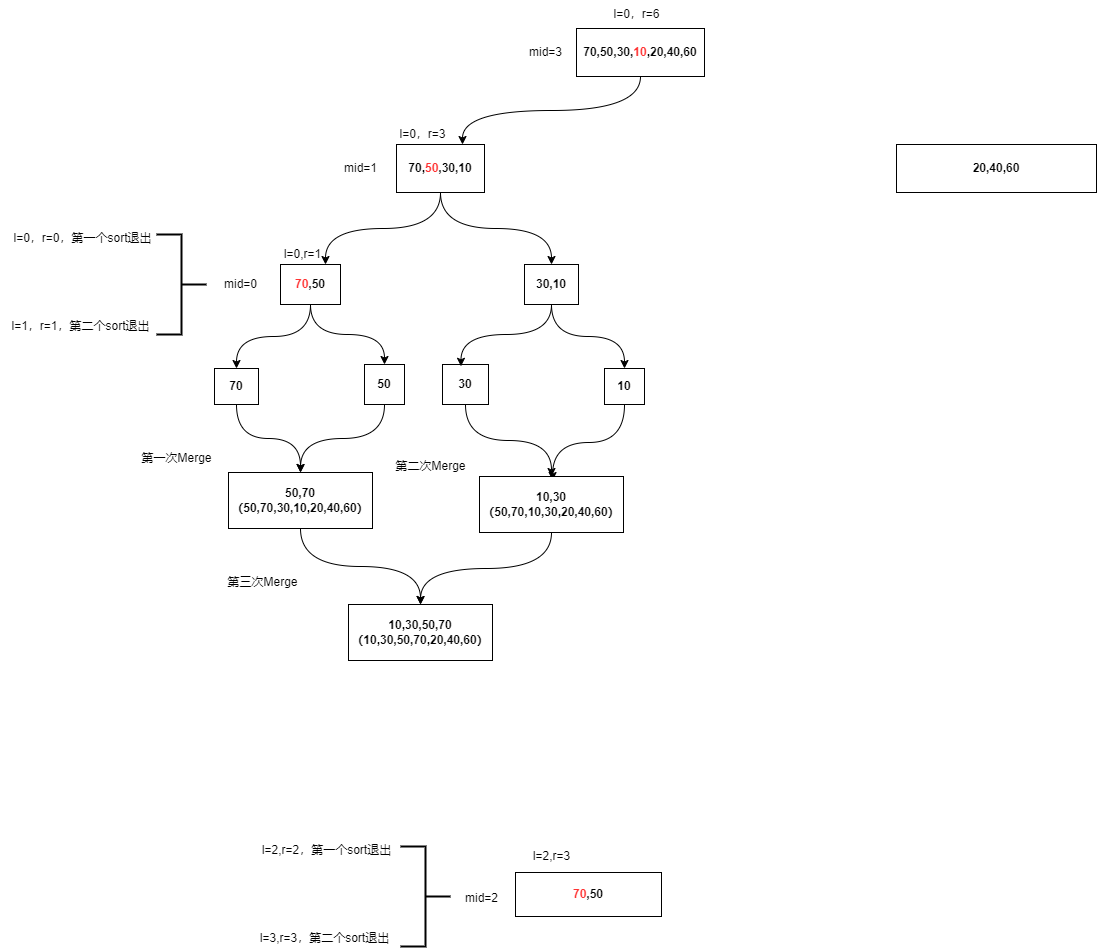
wjb0823/drawio keeps this draw.io diagram as AlgorithmsAndDataStructures/归并算法.drawio.png. Above is the earlier version. Source tidied: cells renumbered, new cells last; positions are measured from the earlier drawing's top-left corner, leaving out a move shared by most shapes.
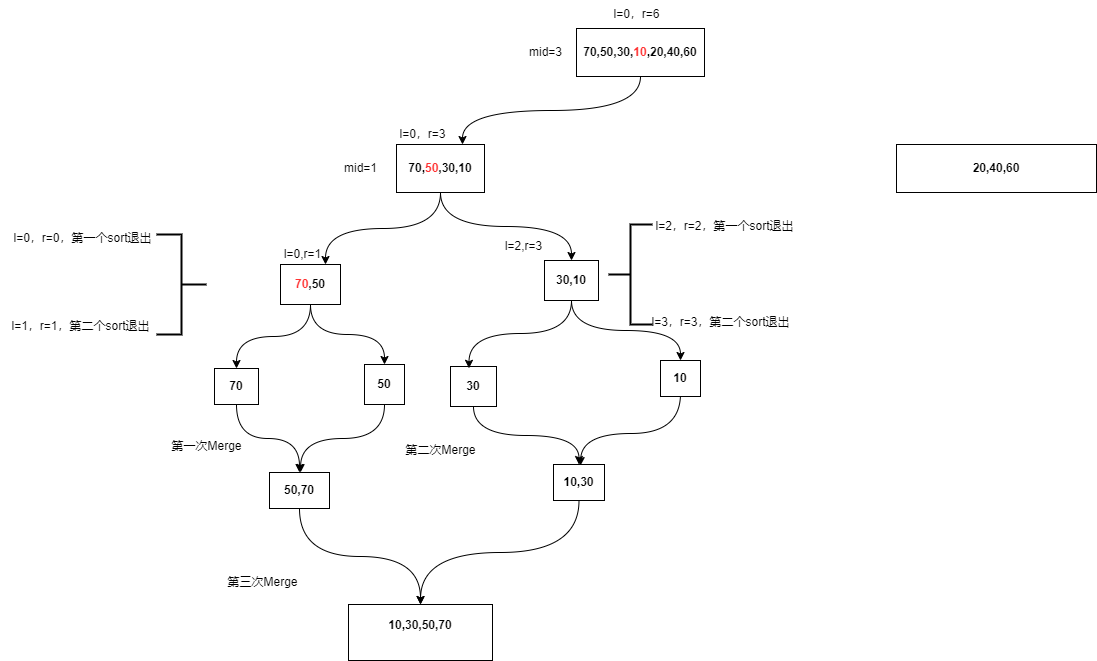
After the change.

Commit message:
更新归并算法.drawio.png

Diff of the diagram source:
```diff
@@ -44,19 +44,13 @@
     <mxCell id="15" value="l=0,r=1" style="text;html=1;align=center;verticalAlign=middle;strokeColor=none;fillColor=none;" parent="1" vertex="1">
       <mxGeometry x="272" y="240" width="60" height="28" as="geometry" />
     </mxCell>
-    <mxCell id="16" value="mid=0" style="text;html=1;align=center;verticalAlign=middle;strokeColor=none;fillColor=none;" parent="1" vertex="1">
-      <mxGeometry x="212" y="270" width="56" height="28" as="geometry" />
-    </mxCell>
-    <mxCell id="17" style="strokeWidth=2;html=1;shape=mxgraph.flowchart.annotation_2;align=left;labelPosition=right;rotation=-180;" parent="1" vertex="1">
-      <mxGeometry x="400" y="846" width="50" height="100" as="geometry" />
-    </mxCell>
-    <mxCell id="18" value="l=2,r=2，第一个sort退出" style="text;html=1;align=center;verticalAlign=middle;strokeColor=none;fillColor=none;" parent="1" vertex="1">
-      <mxGeometry x="250" y="836" width="152" height="28" as="geometry" />
+    <mxCell id="18" value="l=2，r=2，第一个sort退出" style="text;html=1;align=center;verticalAlign=middle;strokeColor=none;fillColor=none;" parent="1" vertex="1">
+      <mxGeometry x="644" y="212" width="160" height="28" as="geometry" />
     </mxCell>
-    <mxCell id="19" value="l=3,r=3，第二个sort退出" style="text;html=1;align=center;verticalAlign=middle;strokeColor=none;fillColor=none;" parent="1" vertex="1">
-      <mxGeometry x="248" y="924" width="152" height="28" as="geometry" />
+    <mxCell id="19" value="l=3，r=3，第二个sort退出" style="text;html=1;align=center;verticalAlign=middle;strokeColor=none;fillColor=none;" parent="1" vertex="1">
+      <mxGeometry x="640" y="308" width="160" height="28" as="geometry" />
     </mxCell>
-    <mxCell id="20" style="edgeStyle=orthogonalEdgeStyle;rounded=0;jettySize=auto;html=1;entryX=0.5;entryY=0;entryDx=0;entryDy=0;curved=1;" parent="1" edge="1" source="21" target="25">
+    <mxCell id="20" style="edgeStyle=orthogonalEdgeStyle;rounded=0;jettySize=auto;html=1;entryX=0.5;entryY=0;entryDx=0;entryDy=0;curved=1;exitX=0.5;exitY=1;exitDx=0;exitDy=0;" parent="1" edge="1" source="21" target="25">
       <mxGeometry relative="1" as="geometry" />
     </mxCell>
     <mxCell id="21" value="&lt;b style=&quot;&quot;&gt;70&lt;/b&gt;" style="rounded=0;whiteSpace=wrap;html=1;" parent="1" vertex="1">
@@ -73,40 +67,39 @@
     <mxCell id="24" style="edgeStyle=orthogonalEdgeStyle;rounded=0;jettySize=auto;html=1;exitX=0.5;exitY=1;exitDx=0;exitDy=0;entryX=0.5;entryY=0;entryDx=0;entryDy=0;curved=1;" parent="1" edge="1" source="25" target="43">
       <mxGeometry relative="1" as="geometry" />
     </mxCell>
-    <mxCell id="25" value="&lt;b style=&quot;&quot;&gt;50,70&lt;br&gt;&lt;/b&gt;&lt;b style=&quot;border-color: var(--border-color);&quot;&gt;（50,70,30,&lt;font style=&quot;border-color: var(--border-color);&quot;&gt;10&lt;/font&gt;,20,40,60）&lt;/b&gt;&lt;b style=&quot;&quot;&gt;&lt;br&gt;&lt;/b&gt;" style="rounded=0;whiteSpace=wrap;html=1;" parent="1" vertex="1">
-      <mxGeometry x="228" y="472" width="144" height="56" as="geometry" />
+    <mxCell id="25" value="&lt;b style=&quot;&quot;&gt;50,70&lt;/b&gt;&lt;b style=&quot;&quot;&gt;&lt;br&gt;&lt;/b&gt;" style="rounded=0;whiteSpace=wrap;html=1;" parent="1" vertex="1">
+      <mxGeometry x="269" y="472" width="60" height="36" as="geometry" />
     </mxCell>
     <mxCell id="26" value="第一次Merge" style="text;html=1;align=center;verticalAlign=middle;strokeColor=none;fillColor=none;" parent="1" vertex="1">
-      <mxGeometry x="130" y="444" width="92" height="28" as="geometry" />
+      <mxGeometry x="160" y="432" width="92" height="28" as="geometry" />
     </mxCell>
-    <mxCell id="27" value="&lt;b&gt;&lt;font color=&quot;#ff3333&quot;&gt;70&lt;/font&gt;,50&lt;/b&gt;" style="rounded=0;whiteSpace=wrap;html=1;" parent="1" vertex="1">
-      <mxGeometry x="515" y="872" width="146" height="44" as="geometry" />
-    </mxCell>
     <mxCell id="28" value="l=2,r=3" style="text;html=1;align=center;verticalAlign=middle;strokeColor=none;fillColor=none;" parent="1" vertex="1">
-      <mxGeometry x="521" y="842" width="60" height="28" as="geometry" />
+      <mxGeometry x="493" y="232" width="60" height="28" as="geometry" />
     </mxCell>
-    <mxCell id="29" value="mid=2" style="text;html=1;align=center;verticalAlign=middle;strokeColor=none;fillColor=none;" parent="1" vertex="1">
-      <mxGeometry x="453" y="884" width="56" height="28" as="geometry" />
-    </mxCell>
     <mxCell id="30" style="edgeStyle=orthogonalEdgeStyle;rounded=0;jettySize=auto;html=1;exitX=0.5;exitY=1;exitDx=0;exitDy=0;entryX=0.5;entryY=0;entryDx=0;entryDy=0;curved=1;" parent="1" edge="1" source="31" target="35">
       <mxGeometry relative="1" as="geometry" />
     </mxCell>
     <mxCell id="31" value="&lt;b style=&quot;&quot;&gt;30,10&lt;/b&gt;" style="rounded=0;whiteSpace=wrap;html=1;" parent="1" vertex="1">
-      <mxGeometry x="524" y="264" width="54" height="40" as="geometry" />
+      <mxGeometry x="544" y="260" width="54" height="40" as="geometry" />
     </mxCell>
     <mxCell id="32" style="edgeStyle=orthogonalEdgeStyle;rounded=0;jettySize=auto;html=1;exitX=0.5;exitY=1;exitDx=0;exitDy=0;curved=1;" parent="1" edge="1" source="33" target="38">
       <mxGeometry relative="1" as="geometry" />
     </mxCell>
     <mxCell id="33" value="&lt;b style=&quot;&quot;&gt;30&lt;/b&gt;" style="rounded=0;whiteSpace=wrap;html=1;" parent="1" vertex="1">
-      <mxGeometry x="442" y="364" width="46" height="40" as="geometry" />
+      <mxGeometry x="450" y="366" width="46" height="40" as="geometry" />
     </mxCell>
-    <mxCell id="34" style="edgeStyle=orthogonalEdgeStyle;rounded=0;jettySize=auto;html=1;exitX=0.5;exitY=1;exitDx=0;exitDy=0;curved=1;" parent="1" edge="1" source="35">
-      <mxGeometry relative="1" as="geometry">
-        <mxPoint x="552" y="480" as="targetPoint" />
-      </mxGeometry>
-    </mxCell>
+    <mxCell id="45" style="edgeStyle=orthogonalEdgeStyle;rounded=0;orthogonalLoop=1;jettySize=auto;html=1;curved=1;" parent="1" edge="1">
+      <mxGeometry relative="1" as="geometry">
+        <mxPoint x="680" y="393" as="sourcePoint" />
+        <mxPoint x="580" y="465" as="targetPoint" />
+        <Array as="points">
+          <mxPoint x="680" y="433" />
+          <mxPoint x="581" y="433" />
+        </Array>
+      </mxGeometry>
+    </mxCell>
     <mxCell id="35" value="&lt;b style=&quot;&quot;&gt;10&lt;/b&gt;" style="rounded=0;whiteSpace=wrap;html=1;" parent="1" vertex="1">
-      <mxGeometry x="604" y="368" width="40" height="36" as="geometry" />
+      <mxGeometry x="660" y="360" width="40" height="36" as="geometry" />
     </mxCell>
     <mxCell id="36" style="edgeStyle=orthogonalEdgeStyle;rounded=0;jettySize=auto;html=1;exitX=0.5;exitY=1;exitDx=0;exitDy=0;entryX=0.402;entryY=0.045;entryDx=0;entryDy=0;entryPerimeter=0;curved=1;" parent="1" edge="1" source="31" target="33">
       <mxGeometry relative="1" as="geometry" />
@@ -116,11 +109,11 @@
         <mxPoint x="420" y="604" as="targetPoint" />
       </mxGeometry>
     </mxCell>
-    <mxCell id="38" value="&lt;b style=&quot;&quot;&gt;10,30&lt;br&gt;&lt;/b&gt;&lt;b style=&quot;border-color: var(--border-color);&quot;&gt;（50,70,10,3&lt;font style=&quot;border-color: var(--border-color);&quot;&gt;0&lt;/font&gt;,20,40,60）&lt;/b&gt;&lt;b style=&quot;&quot;&gt;&lt;br&gt;&lt;/b&gt;" style="rounded=0;whiteSpace=wrap;html=1;" parent="1" vertex="1">
-      <mxGeometry x="479" y="476" width="144" height="56" as="geometry" />
+    <mxCell id="38" value="&lt;b style=&quot;&quot;&gt;10,30&lt;/b&gt;&lt;b style=&quot;&quot;&gt;&lt;br&gt;&lt;/b&gt;" style="rounded=0;whiteSpace=wrap;html=1;" parent="1" vertex="1">
+      <mxGeometry x="553" y="464" width="51" height="36" as="geometry" />
     </mxCell>
     <mxCell id="39" value="第二次Merge" style="text;html=1;align=center;verticalAlign=middle;strokeColor=none;fillColor=none;" parent="1" vertex="1">
-      <mxGeometry x="384" y="452" width="92" height="28" as="geometry" />
+      <mxGeometry x="394" y="436" width="92" height="28" as="geometry" />
     </mxCell>
     <mxCell id="40" style="strokeWidth=2;html=1;shape=mxgraph.flowchart.annotation_2;align=left;labelPosition=right;rotation=-180;" parent="1" vertex="1">
       <mxGeometry x="156" y="234" width="50" height="100" as="geometry" />
@@ -131,11 +124,14 @@
     <mxCell id="42" value="l=1，r=1，第二个sort退出" style="text;html=1;align=center;verticalAlign=middle;strokeColor=none;fillColor=none;" parent="1" vertex="1">
       <mxGeometry y="312" width="160" height="28" as="geometry" />
     </mxCell>
-    <mxCell id="43" value="&lt;b style=&quot;&quot;&gt;10,30,50,70&lt;br&gt;&lt;/b&gt;&lt;b style=&quot;border-color: var(--border-color);&quot;&gt;（10,30,50,70,20,40,60）&lt;/b&gt;&lt;b style=&quot;&quot;&gt;&lt;br&gt;&lt;/b&gt;" style="rounded=0;whiteSpace=wrap;html=1;" parent="1" vertex="1">
+    <mxCell id="43" value="&lt;b style=&quot;&quot;&gt;10,30,50,70&lt;br&gt;&lt;/b&gt;&lt;b style=&quot;&quot;&gt;&lt;br&gt;&lt;/b&gt;" style="rounded=0;whiteSpace=wrap;html=1;" parent="1" vertex="1">
       <mxGeometry x="348" y="604" width="144" height="56" as="geometry" />
     </mxCell>
     <mxCell id="44" value="第三次Merge" style="text;html=1;align=center;verticalAlign=middle;strokeColor=none;fillColor=none;" parent="1" vertex="1">
       <mxGeometry x="216" y="568" width="92" height="28" as="geometry" />
     </mxCell>
+    <mxCell id="46" style="strokeWidth=2;html=1;shape=mxgraph.flowchart.annotation_2;align=left;labelPosition=right;rotation=0;" parent="1" vertex="1">
+      <mxGeometry x="608" y="224" width="44" height="100" as="geometry" />
+    </mxCell>
   </root>
 </mxGraphModel>
```
